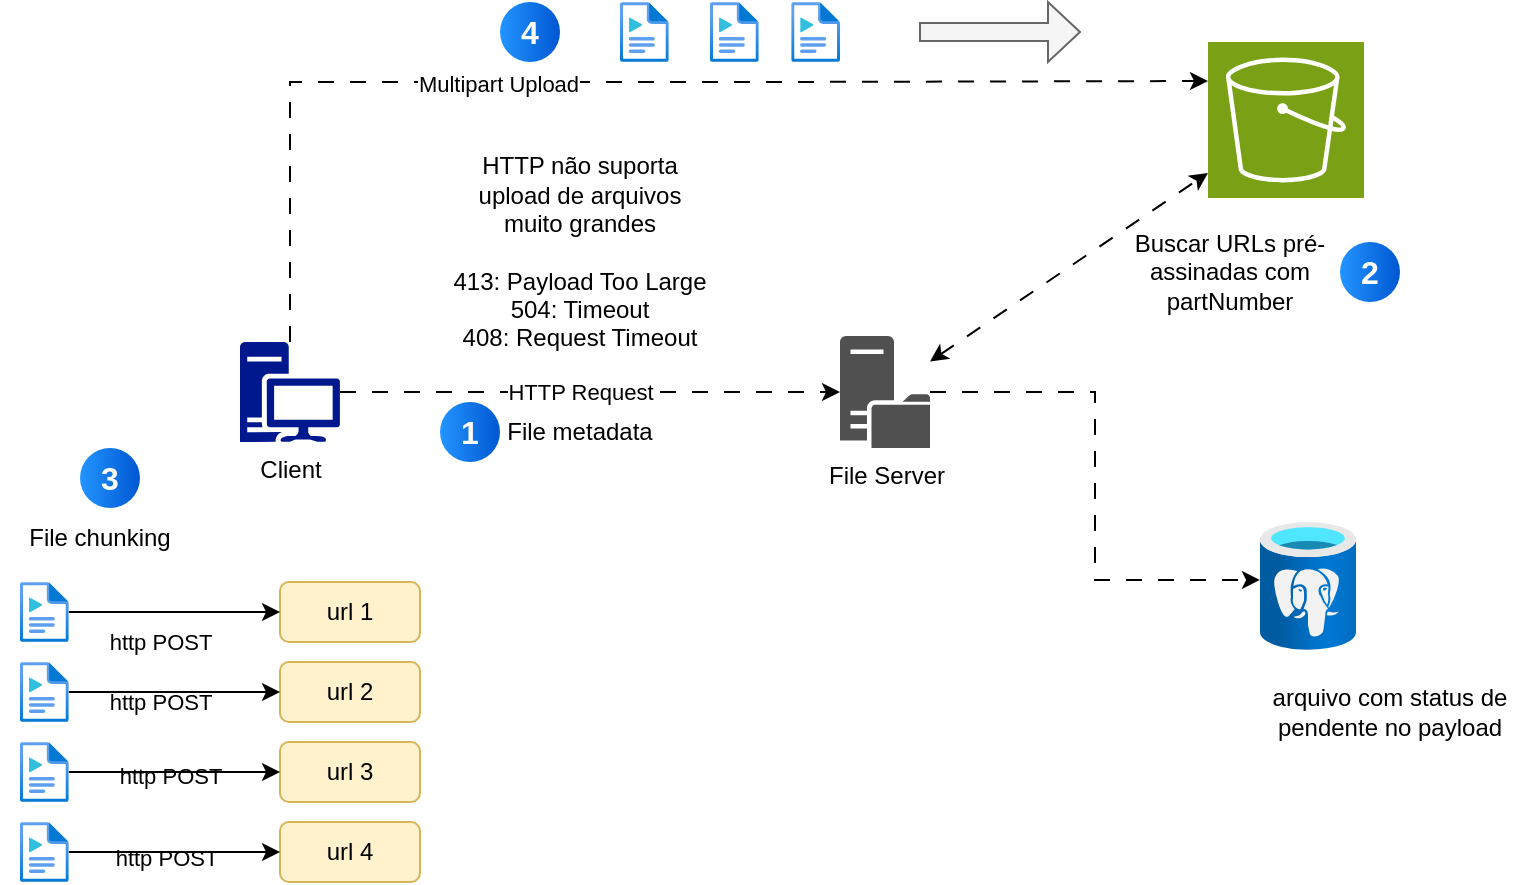
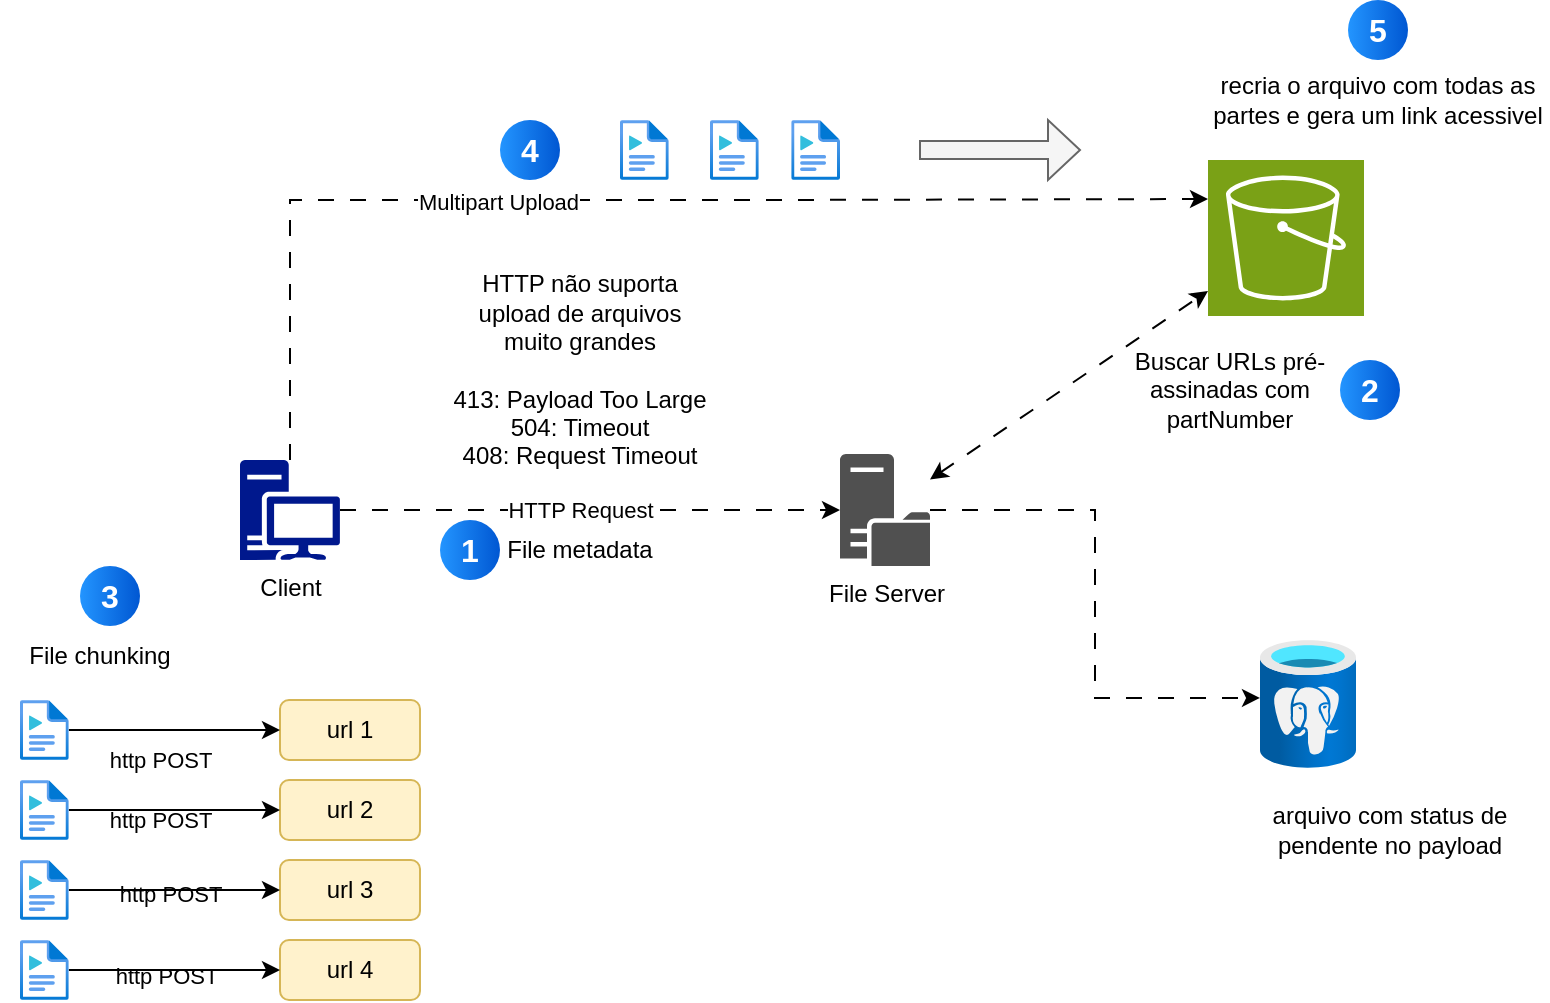
<mxfile host="app.diagrams.net">
  <diagram name="Página-1" id="4D3M8B96T3K3ZtQU1b3x">
    <mxGraphModel dx="1601" dy="1679" grid="1" gridSize="10" guides="1" tooltips="1" connect="1" arrows="1" fold="1" page="1" pageScale="1" pageWidth="827" pageHeight="1169" math="0" shadow="0">
      <root>
        <mxCell id="0" />
        <mxCell id="1" parent="0" />
        <mxCell id="fk9SJw6ftsK7bPstpn4Y-3" edge="1" parent="1" source="fk9SJw6ftsK7bPstpn4Y-1" style="edgeStyle=orthogonalEdgeStyle;rounded=0;orthogonalLoop=1;jettySize=auto;html=1;dashed=1;dashPattern=8 8;" target="fk9SJw6ftsK7bPstpn4Y-2">
          <mxGeometry relative="1" as="geometry" />
        </mxCell>
        <mxCell id="fk9SJw6ftsK7bPstpn4Y-6" connectable="0" parent="fk9SJw6ftsK7bPstpn4Y-3" style="edgeLabel;html=1;align=center;verticalAlign=middle;resizable=0;points=[];" value="HTTP Request" vertex="1">
          <mxGeometry relative="1" x="-0.288" as="geometry">
            <mxPoint x="31" as="offset" />
          </mxGeometry>
        </mxCell>
        <mxCell id="fk9SJw6ftsK7bPstpn4Y-1" parent="1" style="sketch=0;aspect=fixed;pointerEvents=1;shadow=0;dashed=0;html=1;strokeColor=none;labelPosition=center;verticalLabelPosition=bottom;verticalAlign=top;align=center;fillColor=#00188D;shape=mxgraph.mscae.enterprise.workstation_client" value="Client" vertex="1">
          <mxGeometry height="50" width="50" x="-70" y="90" as="geometry" />
        </mxCell>
        <mxCell id="fk9SJw6ftsK7bPstpn4Y-2" parent="1" style="sketch=0;pointerEvents=1;shadow=0;dashed=0;html=1;strokeColor=none;fillColor=#505050;labelPosition=center;verticalLabelPosition=bottom;verticalAlign=top;outlineConnect=0;align=center;shape=mxgraph.office.servers.file_server;" value="File Server" vertex="1">
          <mxGeometry height="56" width="45" x="230" y="87" as="geometry" />
        </mxCell>
        <mxCell id="fk9SJw6ftsK7bPstpn4Y-4" parent="1" style="sketch=0;points=[[0,0,0],[0.25,0,0],[0.5,0,0],[0.75,0,0],[1,0,0],[0,1,0],[0.25,1,0],[0.5,1,0],[0.75,1,0],[1,1,0],[0,0.25,0],[0,0.5,0],[0,0.75,0],[1,0.25,0],[1,0.5,0],[1,0.75,0]];outlineConnect=0;fontColor=#232F3E;fillColor=#7AA116;strokeColor=#ffffff;dashed=0;verticalLabelPosition=bottom;verticalAlign=top;align=center;html=1;fontSize=12;fontStyle=0;aspect=fixed;shape=mxgraph.aws4.resourceIcon;resIcon=mxgraph.aws4.s3;" value="" vertex="1">
          <mxGeometry height="78" width="78" x="414" y="-60" as="geometry" />
        </mxCell>
        <mxCell id="fk9SJw6ftsK7bPstpn4Y-7" parent="1" style="image;aspect=fixed;html=1;points=[];align=center;fontSize=12;image=img/lib/azure2/databases/Azure_Database_PostgreSQL_Server.svg;" value="" vertex="1">
          <mxGeometry height="64" width="48" x="440" y="180" as="geometry" />
        </mxCell>
        <mxCell id="fk9SJw6ftsK7bPstpn4Y-8" edge="1" parent="1" source="fk9SJw6ftsK7bPstpn4Y-2" style="edgeStyle=orthogonalEdgeStyle;rounded=0;orthogonalLoop=1;jettySize=auto;html=1;entryX=0;entryY=0.453;entryDx=0;entryDy=0;entryPerimeter=0;dashed=1;dashPattern=8 8;" target="fk9SJw6ftsK7bPstpn4Y-7">
          <mxGeometry relative="1" as="geometry" />
        </mxCell>
        <mxCell id="fk9SJw6ftsK7bPstpn4Y-13" parent="1" style="text;html=1;whiteSpace=wrap;strokeColor=none;fillColor=none;align=center;verticalAlign=middle;rounded=0;" value="HTTP não suporta upload de arquivos muito grandes&lt;div&gt;&lt;br&gt;&lt;/div&gt;&lt;div&gt;413: Payload Too Large&lt;div&gt;504: Timeout&lt;/div&gt;&lt;div&gt;408: Request Timeout&lt;/div&gt;&lt;/div&gt;" vertex="1">
          <mxGeometry height="30" width="130" x="35" y="30" as="geometry" />
        </mxCell>
        <mxCell id="h8KboTeERqfswfNuPOU6-1" edge="1" parent="1" source="fk9SJw6ftsK7bPstpn4Y-1" style="edgeStyle=orthogonalEdgeStyle;rounded=0;orthogonalLoop=1;jettySize=auto;html=1;entryX=0;entryY=0.25;entryDx=0;entryDy=0;entryPerimeter=0;dashed=1;dashPattern=8 8;" target="fk9SJw6ftsK7bPstpn4Y-4">
          <mxGeometry relative="1" as="geometry">
            <Array as="points">
              <mxPoint x="-45" y="-40" />
              <mxPoint x="197" y="-40" />
            </Array>
          </mxGeometry>
        </mxCell>
        <mxCell id="h8KboTeERqfswfNuPOU6-2" connectable="0" parent="h8KboTeERqfswfNuPOU6-1" style="edgeLabel;html=1;align=center;verticalAlign=middle;resizable=0;points=[];" value="Multipart Upload" vertex="1">
          <mxGeometry relative="1" x="-0.2054" y="-1" as="geometry">
            <mxPoint as="offset" />
          </mxGeometry>
        </mxCell>
        <mxCell id="h8KboTeERqfswfNuPOU6-3" parent="1" style="text;html=1;whiteSpace=wrap;strokeColor=none;fillColor=none;align=center;verticalAlign=middle;rounded=0;" value="File metadata" vertex="1">
          <mxGeometry height="30" width="80" x="60" y="120" as="geometry" />
        </mxCell>
        <mxCell id="h8KboTeERqfswfNuPOU6-4" parent="1" style="text;html=1;whiteSpace=wrap;strokeColor=none;fillColor=none;align=center;verticalAlign=middle;rounded=0;" value="arquivo com status de pendente no payload" vertex="1">
          <mxGeometry height="30" width="130" x="440" y="260" as="geometry" />
        </mxCell>
        <mxCell id="h8KboTeERqfswfNuPOU6-5" parent="1" style="text;html=1;whiteSpace=wrap;strokeColor=none;fillColor=none;align=center;verticalAlign=middle;rounded=0;" value="Buscar URLs pré-assinadas com partNumber" vertex="1">
          <mxGeometry height="30" width="110" x="370" y="40" as="geometry" />
        </mxCell>
        <mxCell id="h8KboTeERqfswfNuPOU6-6" edge="1" parent="1" source="fk9SJw6ftsK7bPstpn4Y-2" style="html=1;labelBackgroundColor=#ffffff;startArrow=classic;startFill=1;startSize=6;endArrow=classic;endFill=1;endSize=6;jettySize=auto;orthogonalLoop=1;strokeWidth=1;fontSize=14;rounded=0;dashed=1;dashPattern=8 8;" target="fk9SJw6ftsK7bPstpn4Y-4" value="">
          <mxGeometry height="60" relative="1" width="60" as="geometry">
            <mxPoint x="370" y="60" as="sourcePoint" />
            <mxPoint x="430" as="targetPoint" />
          </mxGeometry>
        </mxCell>
        <mxCell id="h8KboTeERqfswfNuPOU6-7" parent="1" style="rounded=1;whiteSpace=wrap;html=1;fillColor=#fff2cc;strokeColor=#d6b656;" value="url 1" vertex="1">
          <mxGeometry height="30" width="70" x="-50" y="210" as="geometry" />
        </mxCell>
        <mxCell id="h8KboTeERqfswfNuPOU6-8" parent="1" style="rounded=1;whiteSpace=wrap;html=1;fillColor=#fff2cc;strokeColor=#d6b656;" value="url 4" vertex="1">
          <mxGeometry height="30" width="70" x="-50" y="330" as="geometry" />
        </mxCell>
        <mxCell id="h8KboTeERqfswfNuPOU6-9" parent="1" style="rounded=1;whiteSpace=wrap;html=1;fillColor=#fff2cc;strokeColor=#d6b656;" value="url 3" vertex="1">
          <mxGeometry height="30" width="70" x="-50" y="290" as="geometry" />
        </mxCell>
        <mxCell id="h8KboTeERqfswfNuPOU6-10" parent="1" style="rounded=1;whiteSpace=wrap;html=1;fillColor=#fff2cc;strokeColor=#d6b656;" value="url 2" vertex="1">
          <mxGeometry height="30" width="70" x="-50" y="250" as="geometry" />
        </mxCell>
        <mxCell id="h8KboTeERqfswfNuPOU6-11" parent="1" style="ellipse;whiteSpace=wrap;html=1;aspect=fixed;rotation=0;gradientColor=#0057D2;strokeColor=none;gradientDirection=east;fillColor=#2395FF;rounded=0;pointerEvents=0;fontFamily=Helvetica;fontSize=16;fontColor=#FFFFFF;spacingTop=4;spacingBottom=4;spacingLeft=4;spacingRight=4;points=[];fontStyle=1" value="1" vertex="1">
          <mxGeometry height="30" width="30" x="30" y="120" as="geometry" />
        </mxCell>
        <mxCell id="h8KboTeERqfswfNuPOU6-12" parent="1" style="ellipse;whiteSpace=wrap;html=1;aspect=fixed;rotation=0;gradientColor=#0057D2;strokeColor=none;gradientDirection=east;fillColor=#2395FF;rounded=0;pointerEvents=0;fontFamily=Helvetica;fontSize=16;fontColor=#FFFFFF;spacingTop=4;spacingBottom=4;spacingLeft=4;spacingRight=4;points=[];fontStyle=1" value="2" vertex="1">
          <mxGeometry height="30" width="30" x="480" y="40" as="geometry" />
        </mxCell>
        <mxCell id="h8KboTeERqfswfNuPOU6-13" parent="1" style="ellipse;whiteSpace=wrap;html=1;aspect=fixed;rotation=0;gradientColor=#0057D2;strokeColor=none;gradientDirection=east;fillColor=#2395FF;rounded=0;pointerEvents=0;fontFamily=Helvetica;fontSize=16;fontColor=#FFFFFF;spacingTop=4;spacingBottom=4;spacingLeft=4;spacingRight=4;points=[];fontStyle=1" value="3" vertex="1">
          <mxGeometry height="30" width="30" x="-150" y="143" as="geometry" />
        </mxCell>
        <mxCell id="h8KboTeERqfswfNuPOU6-14" parent="1" style="text;html=1;whiteSpace=wrap;strokeColor=none;fillColor=none;align=center;verticalAlign=middle;rounded=0;" value="File chunking" vertex="1">
          <mxGeometry height="30" width="100" x="-190" y="173" as="geometry" />
        </mxCell>
        <mxCell id="h8KboTeERqfswfNuPOU6-16" edge="1" parent="1" source="h8KboTeERqfswfNuPOU6-15" style="edgeStyle=orthogonalEdgeStyle;rounded=0;orthogonalLoop=1;jettySize=auto;html=1;" target="h8KboTeERqfswfNuPOU6-7" value="">
          <mxGeometry relative="1" as="geometry" />
        </mxCell>
        <mxCell id="h8KboTeERqfswfNuPOU6-17" connectable="0" parent="h8KboTeERqfswfNuPOU6-16" style="edgeLabel;html=1;align=center;verticalAlign=middle;resizable=0;points=[];labelBackgroundColor=default;" value="http POST&lt;span style=&quot;white-space: pre;&quot;&gt;&#x9;&lt;/span&gt;" vertex="1">
          <mxGeometry relative="1" x="-0.4857" y="5" as="geometry">
            <mxPoint x="29" y="20" as="offset" />
          </mxGeometry>
        </mxCell>
        <mxCell id="h8KboTeERqfswfNuPOU6-15" parent="1" style="image;aspect=fixed;html=1;points=[];align=center;fontSize=12;image=img/lib/azure2/general/Media_File.svg;" value="" vertex="1">
          <mxGeometry height="30" width="24.38" x="-180" y="210" as="geometry" />
        </mxCell>
        <mxCell id="h8KboTeERqfswfNuPOU6-21" connectable="0" parent="1" style="edgeLabel;html=1;align=center;verticalAlign=middle;resizable=0;points=[];labelBackgroundColor=default;" value="http POST&lt;span style=&quot;white-space: pre;&quot;&gt;&#x9;&lt;/span&gt;" vertex="1">
          <mxGeometry x="-99.61999999999989" y="259" as="geometry">
            <mxPoint y="11" as="offset" />
          </mxGeometry>
        </mxCell>
        <mxCell id="h8KboTeERqfswfNuPOU6-29" edge="1" parent="1" source="h8KboTeERqfswfNuPOU6-22" style="edgeStyle=orthogonalEdgeStyle;rounded=0;orthogonalLoop=1;jettySize=auto;html=1;" target="h8KboTeERqfswfNuPOU6-10">
          <mxGeometry relative="1" as="geometry" />
        </mxCell>
        <mxCell id="h8KboTeERqfswfNuPOU6-22" parent="1" style="image;aspect=fixed;html=1;points=[];align=center;fontSize=12;image=img/lib/azure2/general/Media_File.svg;" value="" vertex="1">
          <mxGeometry height="30" width="24.38" x="-180" y="250" as="geometry" />
        </mxCell>
        <mxCell id="h8KboTeERqfswfNuPOU6-23" connectable="0" parent="1" style="edgeLabel;html=1;align=center;verticalAlign=middle;resizable=0;points=[];labelBackgroundColor=default;" value="http POST&lt;span style=&quot;white-space: pre;&quot;&gt;&#x9;&lt;/span&gt;" vertex="1">
          <mxGeometry x="-99.61999999999989" y="295" as="geometry">
            <mxPoint x="5" y="12" as="offset" />
          </mxGeometry>
        </mxCell>
        <mxCell id="h8KboTeERqfswfNuPOU6-28" edge="1" parent="1" source="h8KboTeERqfswfNuPOU6-24" style="edgeStyle=orthogonalEdgeStyle;rounded=0;orthogonalLoop=1;jettySize=auto;html=1;" target="h8KboTeERqfswfNuPOU6-9">
          <mxGeometry relative="1" as="geometry" />
        </mxCell>
        <mxCell id="h8KboTeERqfswfNuPOU6-24" parent="1" style="image;aspect=fixed;html=1;points=[];align=center;fontSize=12;image=img/lib/azure2/general/Media_File.svg;" value="" vertex="1">
          <mxGeometry height="30" width="24.38" x="-180" y="290" as="geometry" />
        </mxCell>
        <mxCell id="h8KboTeERqfswfNuPOU6-25" connectable="0" parent="1" style="edgeLabel;html=1;align=center;verticalAlign=middle;resizable=0;points=[];labelBackgroundColor=default;" value="http POST&lt;span style=&quot;white-space: pre;&quot;&gt;&#x9;&lt;/span&gt;" vertex="1">
          <mxGeometry x="-99.61999999999989" y="325" as="geometry">
            <mxPoint x="3" y="23" as="offset" />
          </mxGeometry>
        </mxCell>
        <mxCell id="h8KboTeERqfswfNuPOU6-27" edge="1" parent="1" source="h8KboTeERqfswfNuPOU6-26" style="edgeStyle=orthogonalEdgeStyle;rounded=0;orthogonalLoop=1;jettySize=auto;html=1;" target="h8KboTeERqfswfNuPOU6-8">
          <mxGeometry relative="1" as="geometry" />
        </mxCell>
        <mxCell id="h8KboTeERqfswfNuPOU6-26" parent="1" style="image;aspect=fixed;html=1;points=[];align=center;fontSize=12;image=img/lib/azure2/general/Media_File.svg;" value="" vertex="1">
          <mxGeometry height="30" width="24.38" x="-180" y="330" as="geometry" />
        </mxCell>
        <mxCell id="h8KboTeERqfswfNuPOU6-30" parent="1" style="ellipse;whiteSpace=wrap;html=1;aspect=fixed;rotation=0;gradientColor=#0057D2;strokeColor=none;gradientDirection=east;fillColor=#2395FF;rounded=0;pointerEvents=0;fontFamily=Helvetica;fontSize=16;fontColor=#FFFFFF;spacingTop=4;spacingBottom=4;spacingLeft=4;spacingRight=4;points=[];fontStyle=1" value="4" vertex="1">
          <mxGeometry height="30" width="30" x="60" y="-80" as="geometry" />
        </mxCell>
        <mxCell id="h8KboTeERqfswfNuPOU6-31" parent="1" style="image;aspect=fixed;html=1;points=[];align=center;fontSize=12;image=img/lib/azure2/general/Media_File.svg;" value="" vertex="1">
          <mxGeometry height="30" width="24.38" x="120" y="-80" as="geometry" />
        </mxCell>
        <mxCell id="h8KboTeERqfswfNuPOU6-32" parent="1" style="image;aspect=fixed;html=1;points=[];align=center;fontSize=12;image=img/lib/azure2/general/Media_File.svg;" value="" vertex="1">
          <mxGeometry height="30" width="24.38" x="165" y="-80" as="geometry" />
        </mxCell>
        <mxCell id="h8KboTeERqfswfNuPOU6-33" parent="1" style="image;aspect=fixed;html=1;points=[];align=center;fontSize=12;image=img/lib/azure2/general/Media_File.svg;" value="" vertex="1">
          <mxGeometry height="30" width="24.38" x="205.62" y="-80" as="geometry" />
        </mxCell>
        <mxCell id="h8KboTeERqfswfNuPOU6-34" parent="1" style="shape=singleArrow;whiteSpace=wrap;html=1;fillColor=#f5f5f5;fontColor=#333333;strokeColor=#666666;" value="" vertex="1">
          <mxGeometry height="30" width="80" x="270" y="-80" as="geometry" />
        </mxCell>
+         <mxCell id="h8KboTeERqfswfNuPOU6-35" parent="1" style="text;html=1;whiteSpace=wrap;strokeColor=none;fillColor=none;align=center;verticalAlign=middle;rounded=0;" value="recria o arquivo com todas as partes e gera um link acessivel" vertex="1">
+           <mxGeometry width="170" x="414" y="-90" as="geometry" />
+         </mxCell>
+         <mxCell id="h8KboTeERqfswfNuPOU6-36" parent="1" style="ellipse;whiteSpace=wrap;html=1;aspect=fixed;rotation=0;gradientColor=#0057D2;strokeColor=none;gradientDirection=east;fillColor=#2395FF;rounded=0;pointerEvents=0;fontFamily=Helvetica;fontSize=16;fontColor=#FFFFFF;spacingTop=4;spacingBottom=4;spacingLeft=4;spacingRight=4;points=[];fontStyle=1" value="5" vertex="1">
+           <mxGeometry height="30" width="30" x="484" y="-140" as="geometry" />
+         </mxCell>
      </root>
    </mxGraphModel>
  </diagram>
</mxfile>
